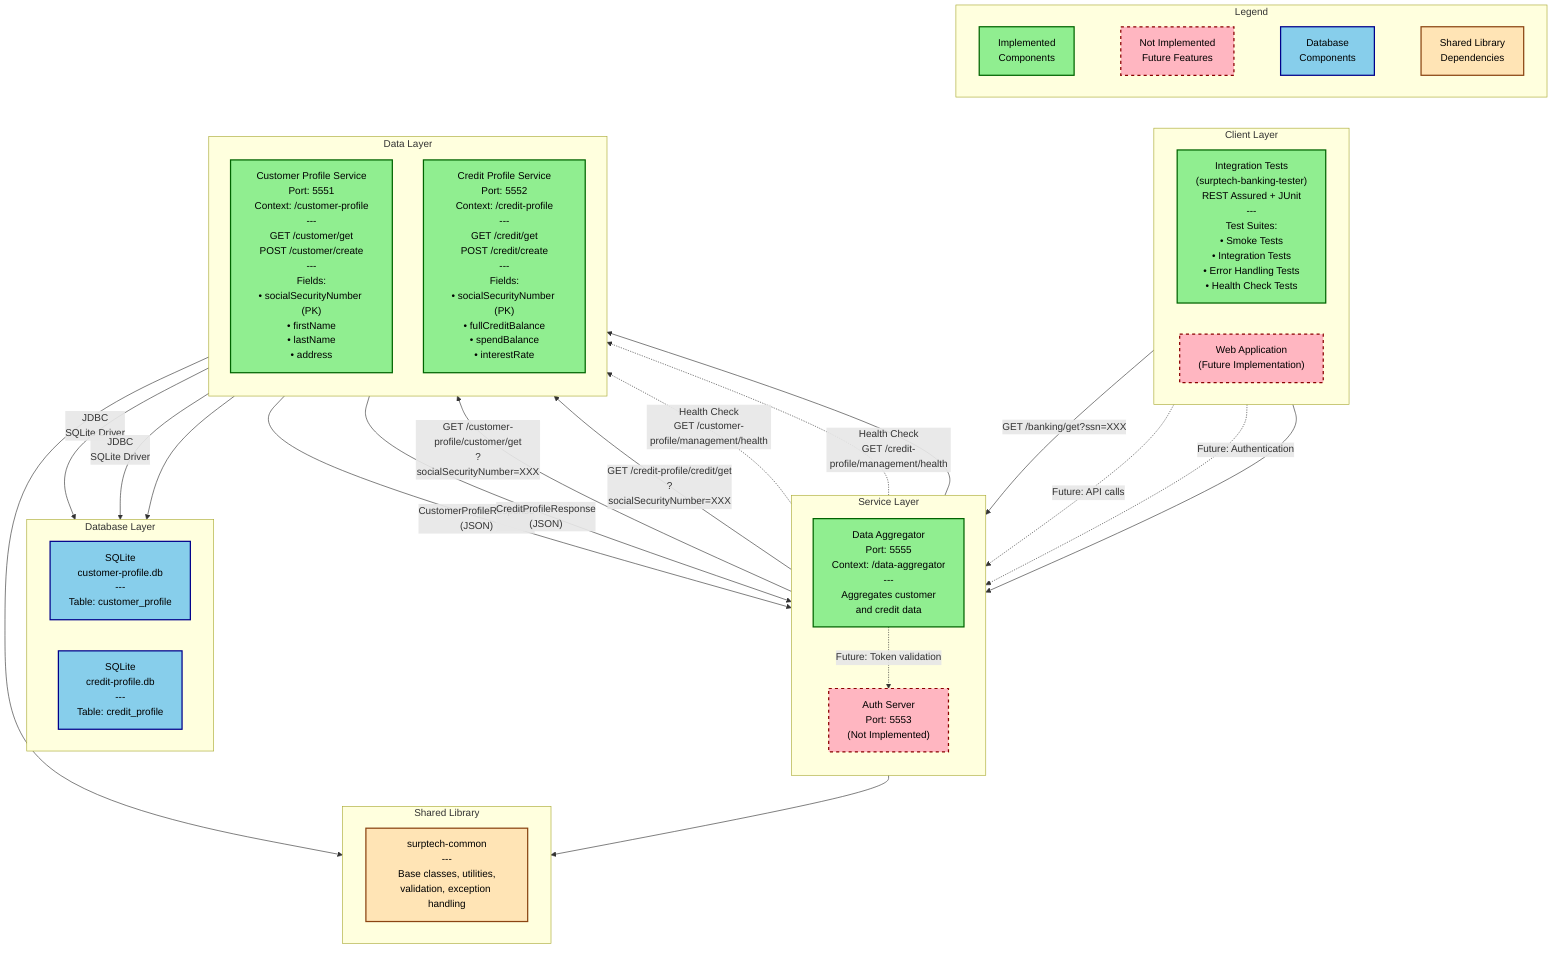
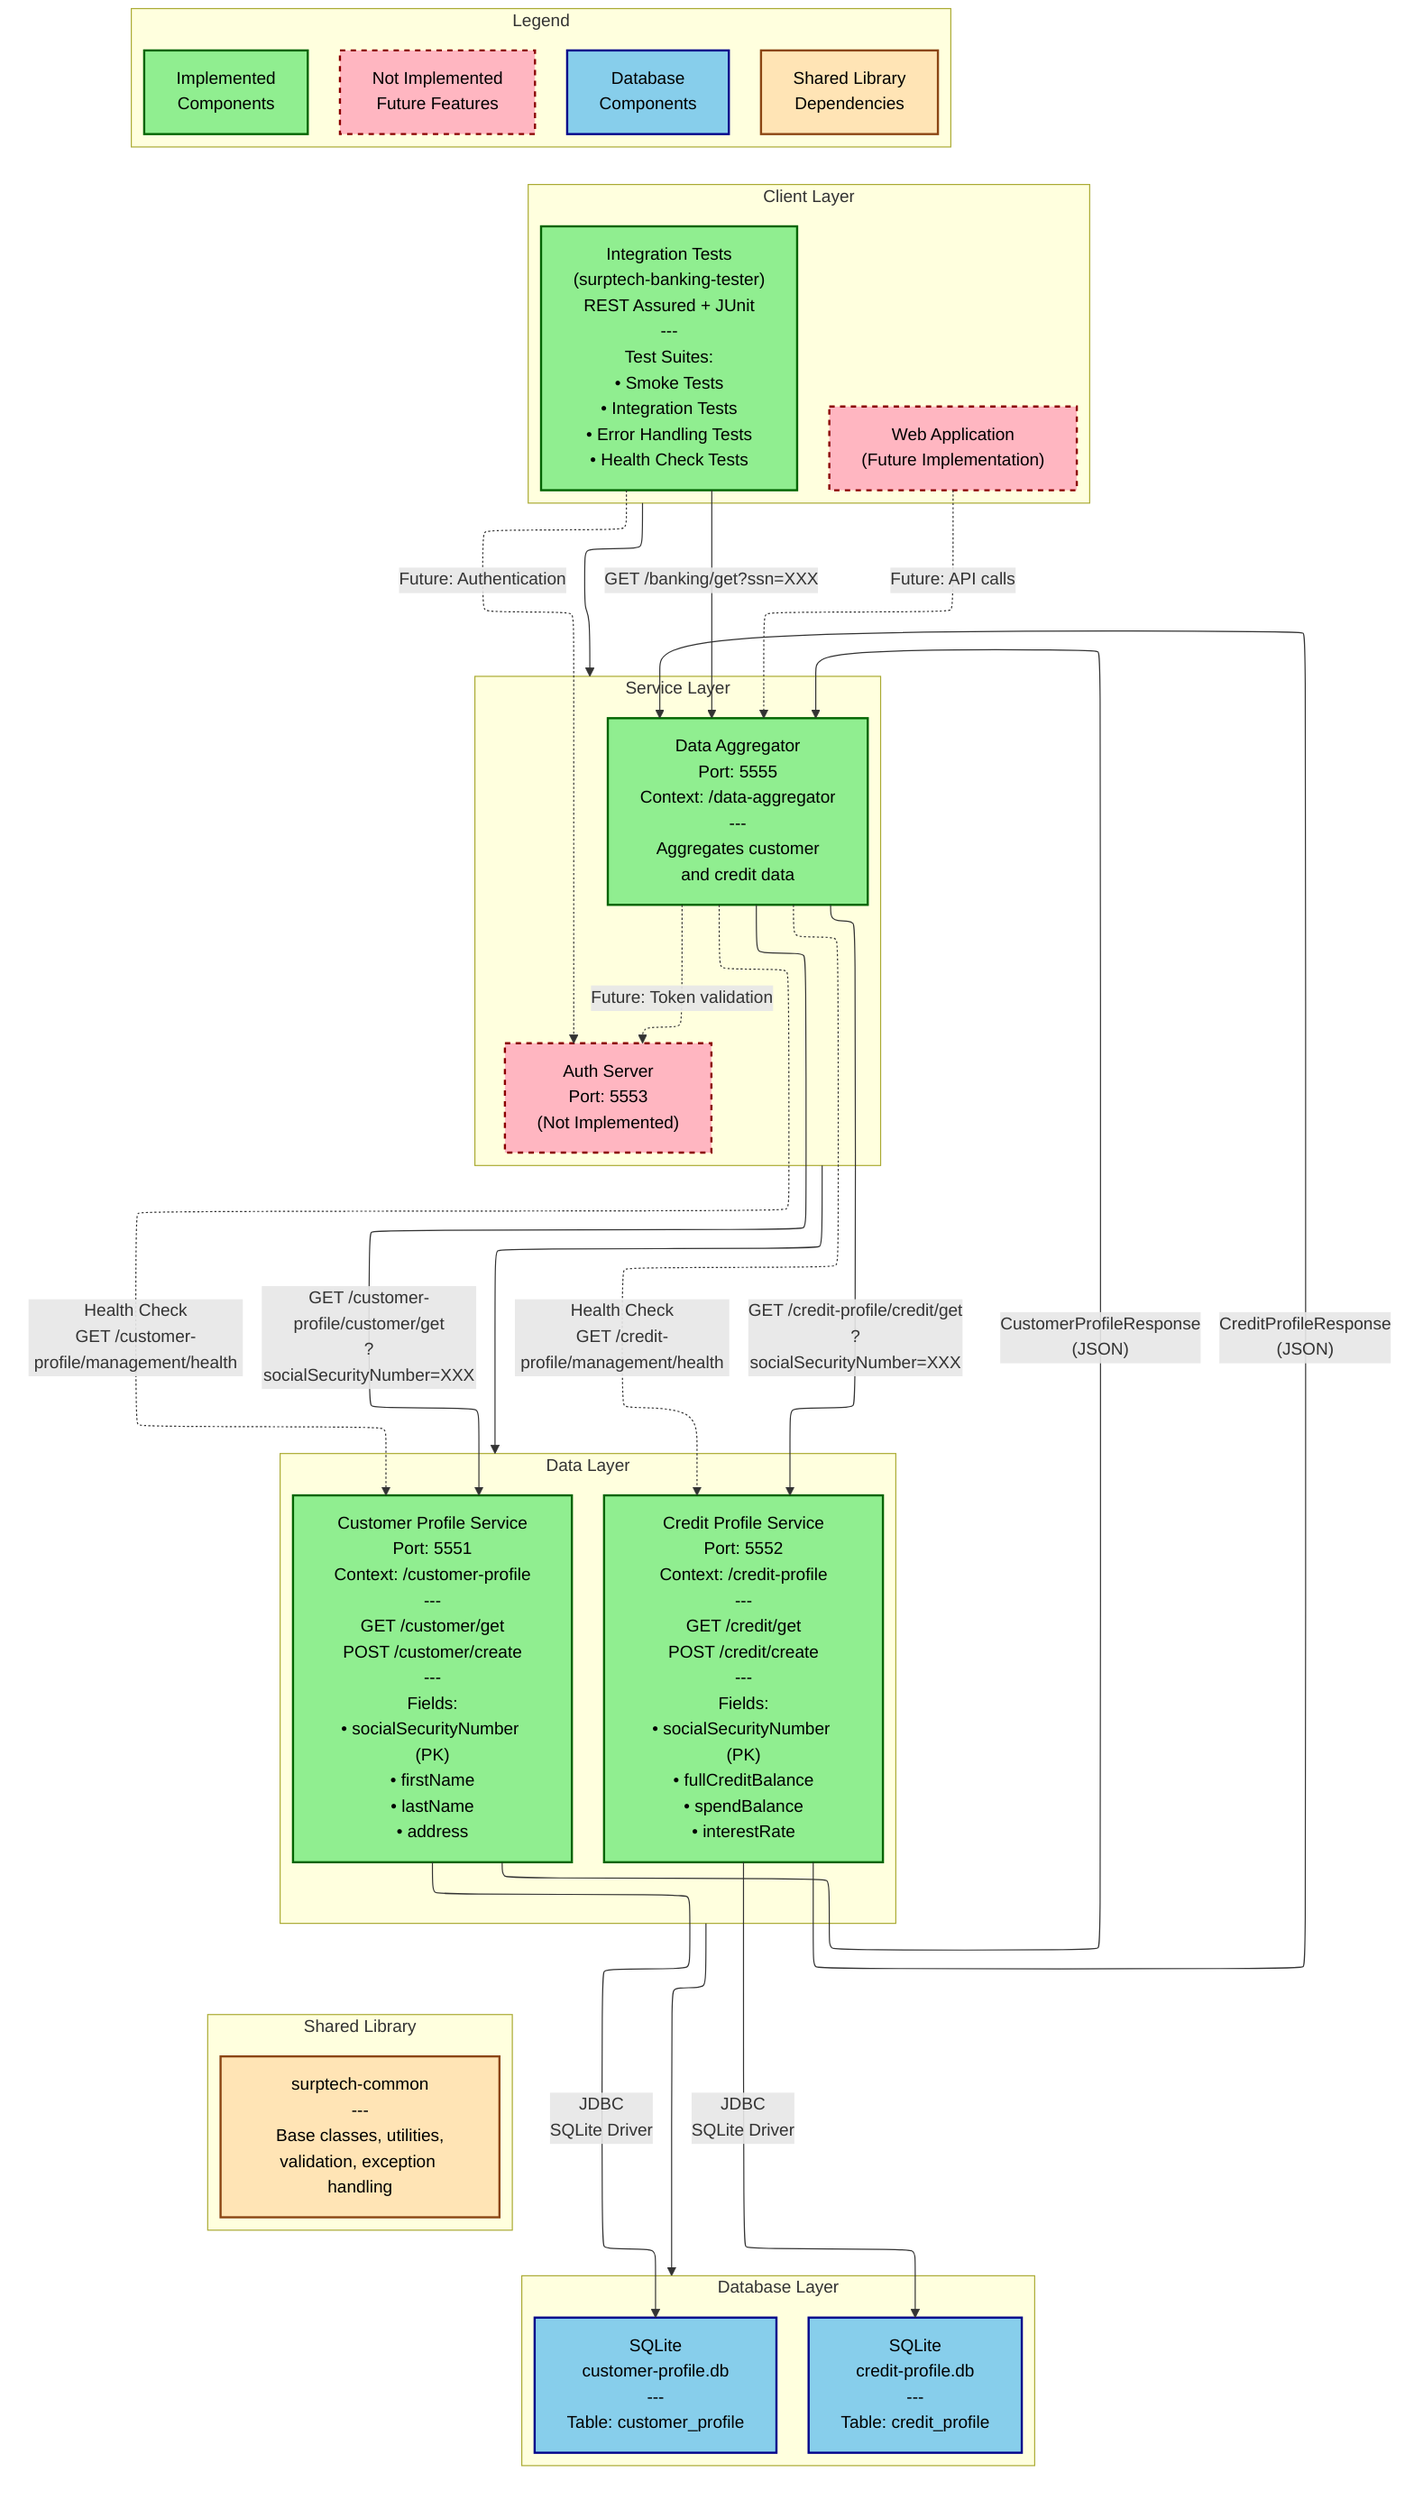
+ %%{init: {'flowchart': {'defaultRenderer': 'elk'}}}%%
+ 
flowchart TD
    subgraph Legend["Legend"]
        direction LR
        LegendImplemented["Implemented\nComponents"]
        LegendNotImplemented["Not Implemented\nFuture Features"]
        LegendDatabase["Database\nComponents"]
        LegendLibrary["Shared Library\nDependencies"]
        LegendImplemented ~~~ LegendNotImplemented ~~~ LegendDatabase ~~~ LegendLibrary
    end

    subgraph Client["Client Layer"]
        direction LR
        Tester["Integration Tests\n(surptech-banking-tester)\nREST Assured + JUnit\n---\nTest Suites:\n• Smoke Tests\n• Integration Tests\n• Error Handling Tests\n• Health Check Tests"]
        Webpage["Web Application\n(Future Implementation)"]
    end

    subgraph ServiceLayer["Service Layer"]
        direction TB
        DataAggregator["Data Aggregator\nPort: 5555\nContext: /data-aggregator\n---\nAggregates customer\nand credit data"]
        AuthServer["Auth Server\nPort: 5553\n(Not Implemented)"]
    end

    subgraph DataLayer["Data Layer"]
        direction TB
        CustomerProfile["Customer Profile Service\nPort: 5551\nContext: /customer-profile\n---\nGET /customer/get\nPOST /customer/create\n---\nFields:\n• socialSecurityNumber (PK)\n• firstName\n• lastName\n• address"]

        CreditProfile["Credit Profile Service\nPort: 5552\nContext: /credit-profile\n---\nGET /credit/get\nPOST /credit/create\n---\nFields:\n• socialSecurityNumber (PK)\n• fullCreditBalance\n• spendBalance\n• interestRate"]
    end

    subgraph DatabaseLayer["Database Layer"]
        direction LR
        CustomerDB["SQLite\ncustomer-profile.db\n---\nTable: customer_profile"]
        CreditDB["SQLite\ncredit-profile.db\n---\nTable: credit_profile"]
    end

    subgraph SharedLib["Shared Library"]
+         direction TB
        Common["surptech-common\n---\nBase classes, utilities,\nvalidation, exception handling"]
    end

    %% Client to Service Layer
    Tester -- "GET /banking/get?ssn=XXX" --> DataAggregator
    Webpage -. "Future: API calls" .-> DataAggregator
    Tester -. "Future: Authentication" .-> AuthServer

-     %% Layer connections (visible arrows without text)
+     %% Layer connections
    Legend ~~~ Client
    Client --> ServiceLayer

    %% Service Layer interactions
    DataAggregator -- "GET /customer-profile/customer/get\n?socialSecurityNumber=XXX" --> CustomerProfile
    DataAggregator -- "GET /credit-profile/credit/get\n?socialSecurityNumber=XXX" --> CreditProfile
    DataAggregator -. "Future: Token validation" .-> AuthServer

-     %% Layer connections (visible arrows without text)
+     %% Keep vertical layer flow
    ServiceLayer --> DataLayer
+     DataLayer --> DatabaseLayer

    %% Data Layer to Database
    CustomerProfile -- "JDBC\nSQLite Driver" --> CustomerDB
    CreditProfile -- "JDBC\nSQLite Driver" --> CreditDB
- 
-     %% Layer connections (visible arrows without text)
-     DataLayer --> DatabaseLayer

    %% Health Checks
    DataAggregator -. "Health Check\nGET /customer-profile/management/health" .-> CustomerProfile
    DataAggregator -. "Health Check\nGET /credit-profile/management/health" .-> CreditProfile

    %% Response Flow
    CustomerProfile -- "CustomerProfileResponse\n(JSON)" --> DataAggregator
    CreditProfile -- "CreditProfileResponse\n(JSON)" --> DataAggregator

-     %% Layer connections to Shared Library (visible arrows without text)
-     ServiceLayer --> SharedLib
-     DataLayer --> SharedLib
- 
-     %% Note: Test suite uses its own independent model (CustomerBankingInfo)
-     %% which mirrors the API response structure but has NO dependency on surptech-common
+     %% Shared library placement helpers
+     DataAggregator ~~~ Common
+     CustomerProfile ~~~ Common
+     CreditProfile ~~~ Common

    %% Styling
    classDef implemented fill:#90EE90,stroke:#006400,stroke-width:2px,color:#000000
    classDef notImplemented fill:#FFB6C1,stroke:#8B0000,stroke-width:2px,stroke-dasharray: 5 5,color:#000000
    classDef database fill:#87CEEB,stroke:#00008B,stroke-width:2px,color:#000000
    classDef library fill:#FFE4B5,stroke:#8B4513,stroke-width:2px,color:#000000

    class DataAggregator,CustomerProfile,CreditProfile,Tester,LegendImplemented implemented
    class AuthServer,Webpage,LegendNotImplemented notImplemented
    class CustomerDB,CreditDB,LegendDatabase database
-     class Common,LegendLibrary library
+     class Common,LegendLibrary library